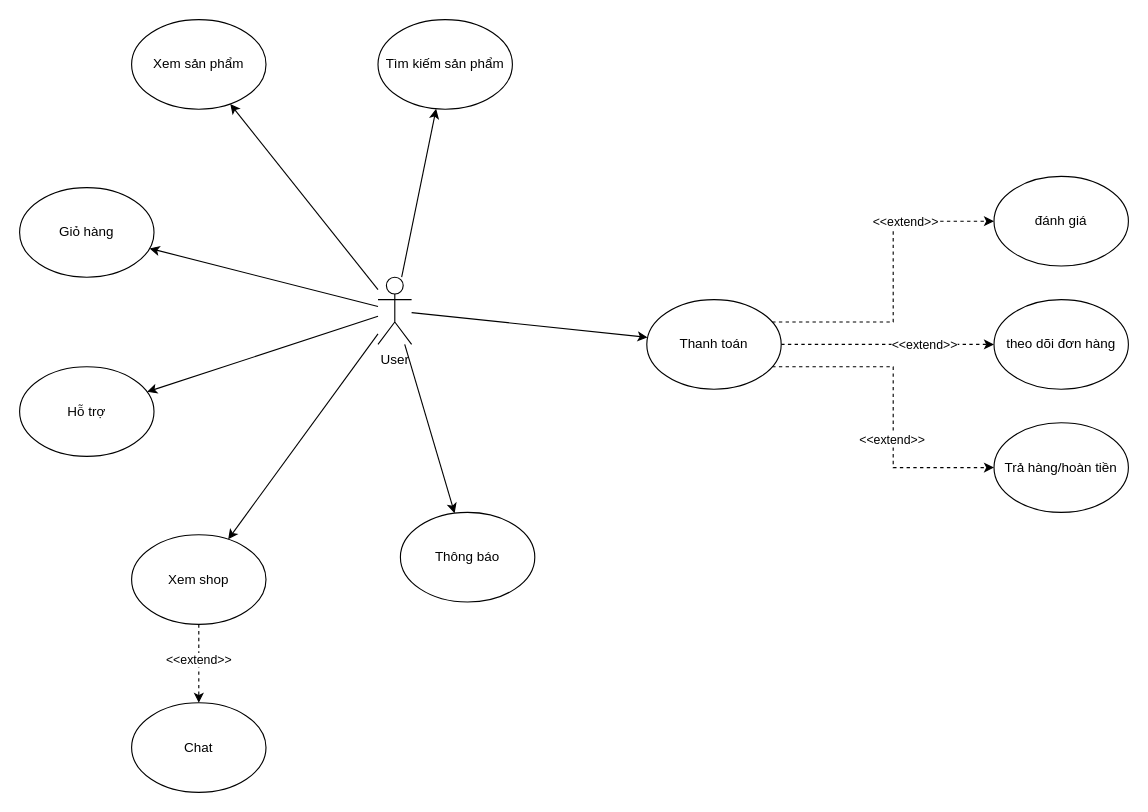
This is page "Module User" (2 of 3) of Ecom system.drawio from lamthonn/Ecom, a draw.io file, before an edit. Source tidied: cells renumbered, new cells numbered last; positions are measured from the earlier drawing's top-left corner, leaving out a move shared by most shapes. Both pictures are drawn from the tidied source at 112%, with x=0, y=0 at pixel (19, 19).
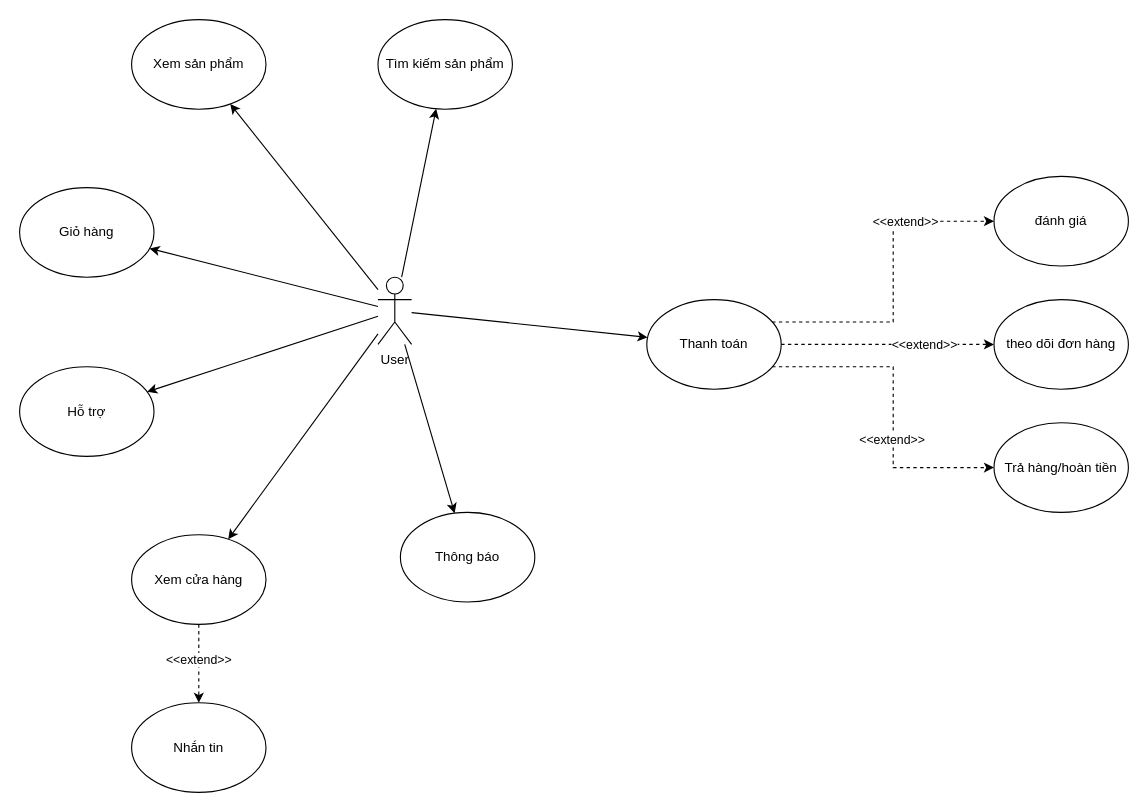
Above is the later version.

What changed in the source:
```diff
@@
-    <mxCell id="27" value="Xem shop" style="ellipse;whiteSpace=wrap;html=1;" parent="1" vertex="1">
+    <mxCell id="27" value="Xem cửa hàng" style="ellipse;whiteSpace=wrap;html=1;" parent="1" vertex="1">
       <mxGeometry x="100" y="460" width="120" height="80" as="geometry" />
     </mxCell>
-    <mxCell id="28" value="Chat" style="ellipse;whiteSpace=wrap;html=1;" parent="1" vertex="1">
+    <mxCell id="28" value="Nhắn tin" style="ellipse;whiteSpace=wrap;html=1;" parent="1" vertex="1">
       <mxGeometry x="100" y="610" width="120" height="80" as="geometry" />
     </mxCell>
```
